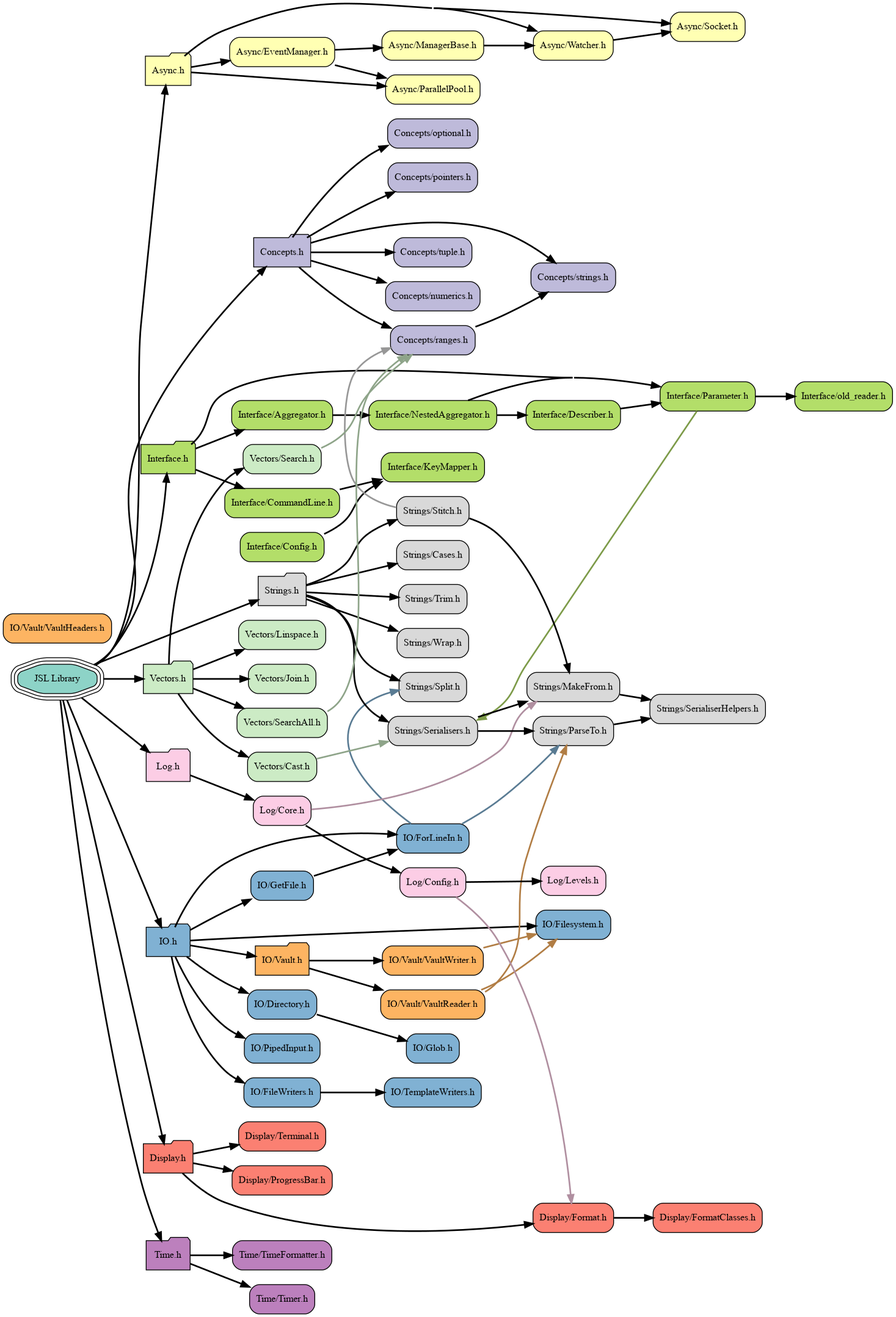
The Graphviz diagram docs/visualiser/heirarchy.png in DrFraserGovil/JSL, before a commit. Its source is kept beside it as docs/visualiser/heirarchy.dot.
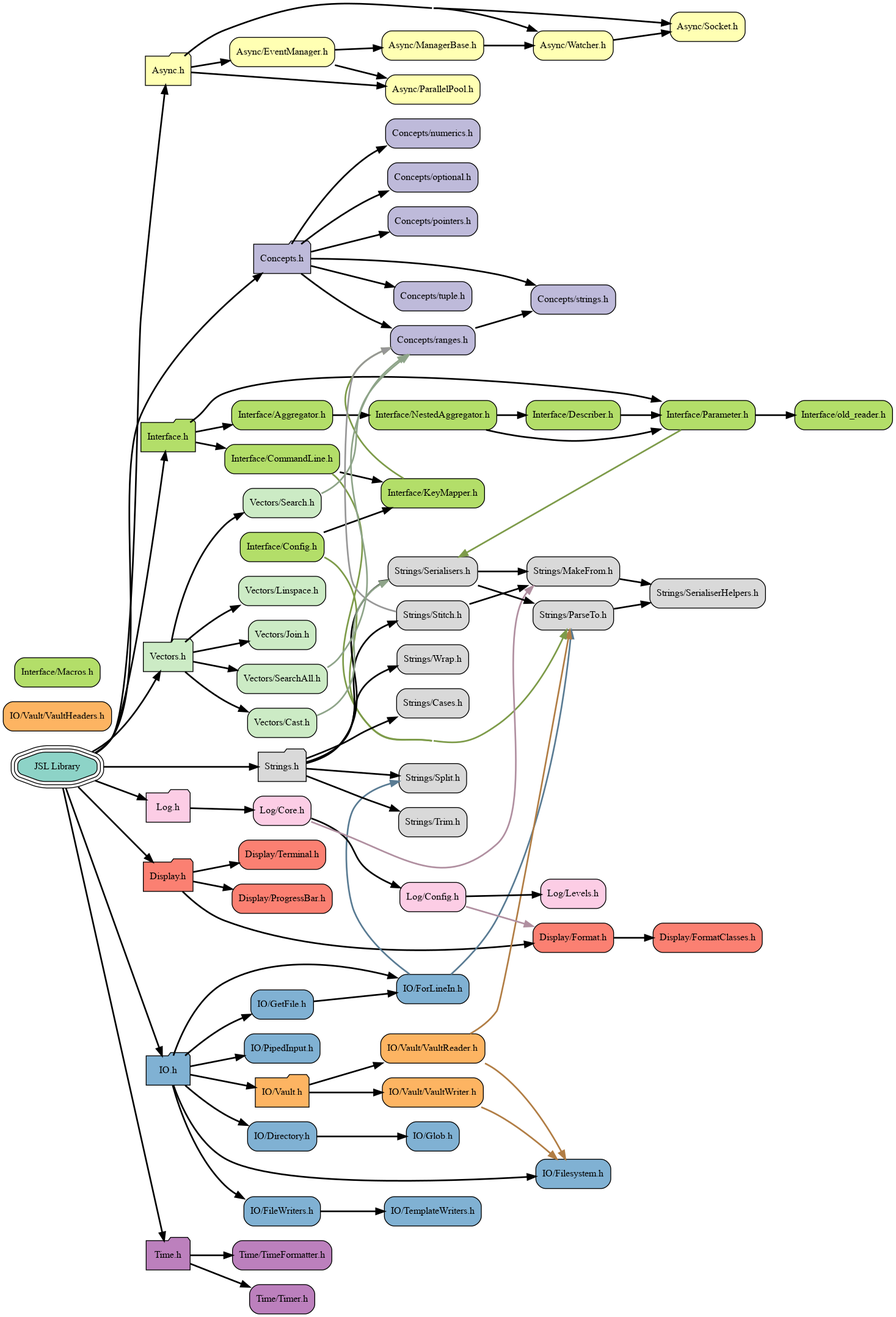
The same file after the commit.

Diff of the diagram source:
```diff
@@ -46,6 +46,7 @@
 	node[fillcolor="#b3de69", style="rounded,filled", shape=box, color="black"] "Interface/Config.h"             [label="Interface/Config.h"]
 	node[fillcolor="#b3de69", style="rounded,filled", shape=box, color="black"] "Interface/Describer.h"          [label="Interface/Describer.h"]
 	node[fillcolor="#b3de69", style="rounded,filled", shape=box, color="black"] "Interface/KeyMapper.h"          [label="Interface/KeyMapper.h"]
+	node[fillcolor="#b3de69", style="rounded,filled", shape=box, color="black"] "Interface/Macros.h"             [label="Interface/Macros.h"]
 	node[fillcolor="#b3de69", style="rounded,filled", shape=box, color="black"] "Interface/NestedAggregator.h"   [label="Interface/NestedAggregator.h"]
 	node[fillcolor="#b3de69", style="rounded,filled", shape=box, color="black"] "Interface/Parameter.h"          [label="Interface/Parameter.h"]
 	node[fillcolor="#b3de69", style="rounded,filled", shape=box, color="black"] "Interface/old_reader.h"         [label="Interface/old_reader.h"]
@@ -72,15 +73,15 @@
 	node[fillcolor="#ccebc5", style="rounded,filled", shape=box, color="black"] "Vectors/Linspace.h"             [label="Vectors/Linspace.h"]
 	node[fillcolor="#ccebc5", style="rounded,filled", shape=box, color="black"] "Vectors/Search.h"               [label="Vectors/Search.h"]
 	node[fillcolor="#ccebc5", style="rounded,filled", shape=box, color="black"] "Vectors/SearchAll.h"            [label="Vectors/SearchAll.h"]
+	"JSL.h"                          -> "Async.h"[weight=10000,penwidth=2]
+	"JSL.h"                          -> "IO.h"[weight=10000,penwidth=2]
+	"JSL.h"                          -> "Interface.h"[weight=10000,penwidth=2]
+	"JSL.h"                          -> "Time.h"[weight=10000,penwidth=2]
+	"JSL.h"                          -> "Display.h"[weight=10000,penwidth=2]
 	"JSL.h"                          -> "Log.h"[weight=10000,penwidth=2]
+	"JSL.h"                          -> "Concepts.h"[weight=10000,penwidth=2]
 	"JSL.h"                          -> "Strings.h"[weight=10000,penwidth=2]
-	"JSL.h"                          -> "Display.h"[weight=10000,penwidth=2]
-	"JSL.h"                          -> "IO.h"[weight=10000,penwidth=2]
 	"JSL.h"                          -> "Vectors.h"[weight=10000,penwidth=2]
-	"JSL.h"                          -> "Async.h"[weight=10000,penwidth=2]
-	"JSL.h"                          -> "Time.h"[weight=10000,penwidth=2]
-	"JSL.h"                          -> "Interface.h"[weight=10000,penwidth=2]
-	"JSL.h"                          -> "Concepts.h"[weight=10000,penwidth=2]
 	"Async.h"                        -> "Async/Socket.h"[weight=10000,penwidth=2]
 	"Async.h"                        -> "Async/Watcher.h"[weight=10000,penwidth=2]
 	"Async.h"                        -> "Async/EventManager.h"[weight=10000,penwidth=2]
@@ -89,28 +90,28 @@
 	"Async/EventManager.h"           -> "Async/ParallelPool.h"[weight=10000,penwidth=2]
 	"Async/ManagerBase.h"            -> "Async/Watcher.h"[weight=10000,penwidth=2]
 	"Async/Watcher.h"                -> "Async/Socket.h"[weight=10000,penwidth=2]
+	"Concepts.h"                     -> "Concepts/pointers.h"[weight=10000,penwidth=2]
+	"Concepts.h"                     -> "Concepts/ranges.h"[weight=10000,penwidth=2]
+	"Concepts.h"                     -> "Concepts/numerics.h"[weight=10000,penwidth=2]
+	"Concepts.h"                     -> "Concepts/optional.h"[weight=10000,penwidth=2]
 	"Concepts.h"                     -> "Concepts/tuple.h"[weight=10000,penwidth=2]
 	"Concepts.h"                     -> "Concepts/strings.h"[weight=10000,penwidth=2]
-	"Concepts.h"                     -> "Concepts/pointers.h"[weight=10000,penwidth=2]
-	"Concepts.h"                     -> "Concepts/ranges.h"[weight=10000,penwidth=2]
-	"Concepts.h"                     -> "Concepts/optional.h"[weight=10000,penwidth=2]
-	"Concepts.h"                     -> "Concepts/numerics.h"[weight=10000,penwidth=2]
 	"Concepts/ranges.h"              -> "Concepts/strings.h"[weight=10000,penwidth=2]
 	"Display.h"                      -> "Display/ProgressBar.h"[weight=10000,penwidth=2]
 	"Display.h"                      -> "Display/Format.h"[weight=10000,penwidth=2]
 	"Display.h"                      -> "Display/Terminal.h"[weight=10000,penwidth=2]
 	"Display/Format.h"               -> "Display/FormatClasses.h"[weight=10000,penwidth=2]
+	"IO.h"                           -> "IO/GetFile.h"[weight=10000,penwidth=2]
+	"IO.h"                           -> "IO/ForLineIn.h"[weight=10000,penwidth=2]
+	"IO.h"                           -> "IO/PipedInput.h"[weight=10000,penwidth=2]
 	"IO.h"                           -> "IO/Filesystem.h"[weight=10000,penwidth=2]
-	"IO.h"                           -> "IO/PipedInput.h"[weight=10000,penwidth=2]
-	"IO.h"                           -> "IO/FileWriters.h"[weight=10000,penwidth=2]
-	"IO.h"                           -> "IO/ForLineIn.h"[weight=10000,penwidth=2]
-	"IO.h"                           -> "IO/GetFile.h"[weight=10000,penwidth=2]
 	"IO.h"                           -> "IO/Vault.h"[weight=10000,penwidth=2]
 	"IO.h"                           -> "IO/Directory.h"[weight=10000,penwidth=2]
+	"IO.h"                           -> "IO/FileWriters.h"[weight=10000,penwidth=2]
 	"IO/Directory.h"                 -> "IO/Glob.h"[weight=10000,penwidth=2]
 	"IO/FileWriters.h"               -> "IO/TemplateWriters.h"[weight=10000,penwidth=2]
+	"IO/ForLineIn.h"                 -> "Strings/Split.h"[constraint=false,weight=0,penwidth=2,color="#597b93"]
 	"IO/ForLineIn.h"                 -> "Strings/ParseTo.h"[constraint=true,weight=0,penwidth=2,color="#597b93"]
-	"IO/ForLineIn.h"                 -> "Strings/Split.h"[constraint=false,weight=0,penwidth=2,color="#597b93"]
 	"IO/GetFile.h"                   -> "IO/ForLineIn.h"[weight=10000,penwidth=2]
 	"IO/Vault.h"                     -> "IO/Vault/VaultWriter.h"[weight=10000,penwidth=2]
 	"IO/Vault.h"                     -> "IO/Vault/VaultReader.h"[weight=10000,penwidth=2]
@@ -122,17 +123,20 @@
 	"Interface.h"                    -> "Interface/Parameter.h"[weight=10000,penwidth=2]
 	"Interface/Aggregator.h"         -> "Interface/NestedAggregator.h"[weight=10000,penwidth=2]
 	"Interface/CommandLine.h"        -> "Interface/KeyMapper.h"[weight=10000,penwidth=2]
+	"Interface/CommandLine.h"        -> "Strings/ParseTo.h"[constraint=false,weight=0,penwidth=2,color="#7d9b49"]
 	"Interface/Config.h"             -> "Interface/KeyMapper.h"[weight=10000,penwidth=2]
+	"Interface/Config.h"             -> "Strings/ParseTo.h"[constraint=false,weight=0,penwidth=2,color="#7d9b49"]
 	"Interface/Describer.h"          -> "Interface/Parameter.h"[weight=10000,penwidth=2]
+	"Interface/KeyMapper.h"          -> "Concepts/ranges.h"[constraint=false,weight=0,penwidth=2,color="#7d9b49"]
 	"Interface/NestedAggregator.h"   -> "Interface/Describer.h"[weight=10000,penwidth=2]
 	"Interface/NestedAggregator.h"   -> "Interface/Parameter.h"[weight=10000,penwidth=2]
 	"Interface/Parameter.h"          -> "Interface/old_reader.h"[weight=10000,penwidth=2]
 	"Interface/Parameter.h"          -> "Strings/Serialisers.h"[constraint=false,weight=0,penwidth=2,color="#7d9b49"]
 	"Log.h"                          -> "Log/Core.h"[weight=10000,penwidth=2]
+	"Log/Config.h"                   -> "Display/Format.h"[constraint=true,weight=0,penwidth=2,color="#b08fa0"]
 	"Log/Config.h"                   -> "Log/Levels.h"[weight=10000,penwidth=2]
-	"Log/Config.h"                   -> "Display/Format.h"[constraint=true,weight=0,penwidth=2,color="#b08fa0"]
+	"Log/Core.h"                     -> "Log/Config.h"[weight=10000,penwidth=2]
 	"Log/Core.h"                     -> "Strings/MakeFrom.h"[constraint=true,weight=0,penwidth=2,color="#b08fa0"]
-	"Log/Core.h"                     -> "Log/Config.h"[weight=10000,penwidth=2]
 	"Strings.h"                      -> "Strings/Serialisers.h"[weight=10000,penwidth=2]
 	"Strings.h"                      -> "Strings/Cases.h"[weight=10000,penwidth=2]
 	"Strings.h"                      -> "Strings/Split.h"[weight=10000,penwidth=2]
@@ -141,10 +145,10 @@
 	"Strings.h"                      -> "Strings/Wrap.h"[weight=10000,penwidth=2]
 	"Strings/MakeFrom.h"             -> "Strings/SerialiserHelpers.h"[weight=10000,penwidth=2]
 	"Strings/ParseTo.h"              -> "Strings/SerialiserHelpers.h"[weight=10000,penwidth=2]
+	"Strings/Serialisers.h"          -> "Strings/ParseTo.h"[weight=10000,penwidth=2]
 	"Strings/Serialisers.h"          -> "Strings/MakeFrom.h"[weight=10000,penwidth=2]
-	"Strings/Serialisers.h"          -> "Strings/ParseTo.h"[weight=10000,penwidth=2]
+	"Strings/Stitch.h"               -> "Concepts/ranges.h"[constraint=false,weight=0,penwidth=2,color="#979797"]
 	"Strings/Stitch.h"               -> "Strings/MakeFrom.h"[weight=10000,penwidth=2]
-	"Strings/Stitch.h"               -> "Concepts/ranges.h"[constraint=false,weight=0,penwidth=2,color="#979797"]
 	"Time.h"                         -> "Time/Timer.h"[weight=10000,penwidth=2]
 	"Time.h"                         -> "Time/TimeFormatter.h"[weight=10000,penwidth=2]
 	"Vectors.h"                      -> "Vectors/Cast.h"[weight=10000,penwidth=2]
```
